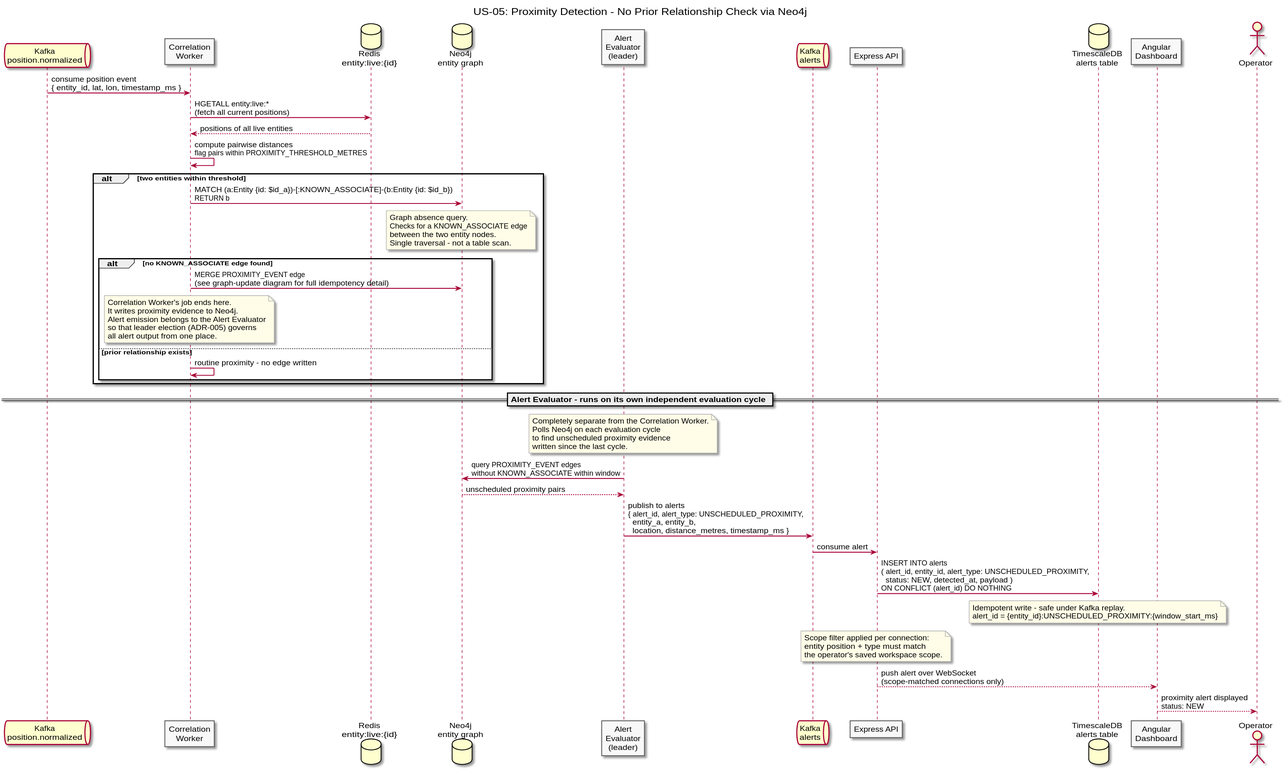
This is diagrams/docs/use-cases/US-05-unscheduled-proximity/proximity-detection.svg from Buffden/sentinel, a PlantUML export, as it was before one commit. Its diagram source:
```plantuml
@startuml proximity-detection
title US-05: Proximity Detection - No Prior Relationship Check via Neo4j

skinparam sequenceArrowThickness 1.5
skinparam participantBorderColor #555555
skinparam participantBackgroundColor #F8F8F8
skinparam noteBorderColor #AAAAAA
skinparam noteBackgroundColor #FFFDE7

queue "Kafka\nposition.normalized" as Kafka
participant "Correlation\nWorker" as Correlation
database "Redis\nentity:live:{id}" as Redis
database "Neo4j\nentity graph" as Neo4j
participant "Alert\nEvaluator\n(leader)" as Evaluator
queue "Kafka\nalerts" as Alerts
participant "Express API" as API
database "TimescaleDB\nalerts table" as TSDB
participant "Angular\nDashboard" as Dashboard
actor Operator

Kafka -> Correlation : consume position event\n{ entity_id, lat, lon, timestamp_ms }

Correlation -> Redis : HGETALL entity:live:*\n(fetch all current positions)
Redis --> Correlation : positions of all live entities

Correlation -> Correlation : compute pairwise distances\nflag pairs within PROXIMITY_THRESHOLD_METRES

alt two entities within threshold
  Correlation -> Neo4j : MATCH (a:Entity {id: $id_a})-[:KNOWN_ASSOCIATE]-(b:Entity {id: $id_b})\nRETURN b

  note over Neo4j
    Graph absence query.
    Checks for a KNOWN_ASSOCIATE edge
    between the two entity nodes.
    Single traversal - not a table scan.
  end note

  alt no KNOWN_ASSOCIATE edge found
    Correlation -> Neo4j : MERGE PROXIMITY_EVENT edge\n(see graph-update diagram for full idempotency detail)

    note over Correlation
      Correlation Worker's job ends here.
      It writes proximity evidence to Neo4j.
      Alert emission belongs to the Alert Evaluator
      so that leader election (ADR-005) governs
      all alert output from one place.
    end note
  else prior relationship exists
    Correlation -> Correlation : routine proximity - no edge written
  end
end

== Alert Evaluator - runs on its own independent evaluation cycle ==

note over Evaluator
  Completely separate from the Correlation Worker.
  Polls Neo4j on each evaluation cycle
  to find unscheduled proximity evidence
  written since the last cycle.
end note

Evaluator -> Neo4j : query PROXIMITY_EVENT edges\nwithout KNOWN_ASSOCIATE within window
Neo4j --> Evaluator : unscheduled proximity pairs
Evaluator -> Alerts : publish to alerts\n{ alert_id, alert_type: UNSCHEDULED_PROXIMITY,\n  entity_a, entity_b,\n  location, distance_metres, timestamp_ms }

Alerts -> API : consume alert
API -> TSDB : INSERT INTO alerts\n( alert_id, entity_id, alert_type: UNSCHEDULED_PROXIMITY,\n  status: NEW, detected_at, payload )\nON CONFLICT (alert_id) DO NOTHING

note over TSDB
  Idempotent write - safe under Kafka replay.
  alert_id = {entity_id}:UNSCHEDULED_PROXIMITY:{window_start_ms}
end note

note over API
  Scope filter applied per connection:
  entity position + type must match
  the operator's saved workspace scope.
end note

API --> Dashboard : push alert over WebSocket\n(scope-matched connections only)
Dashboard --> Operator : proximity alert displayed\nstatus: NEW

@enduml
```
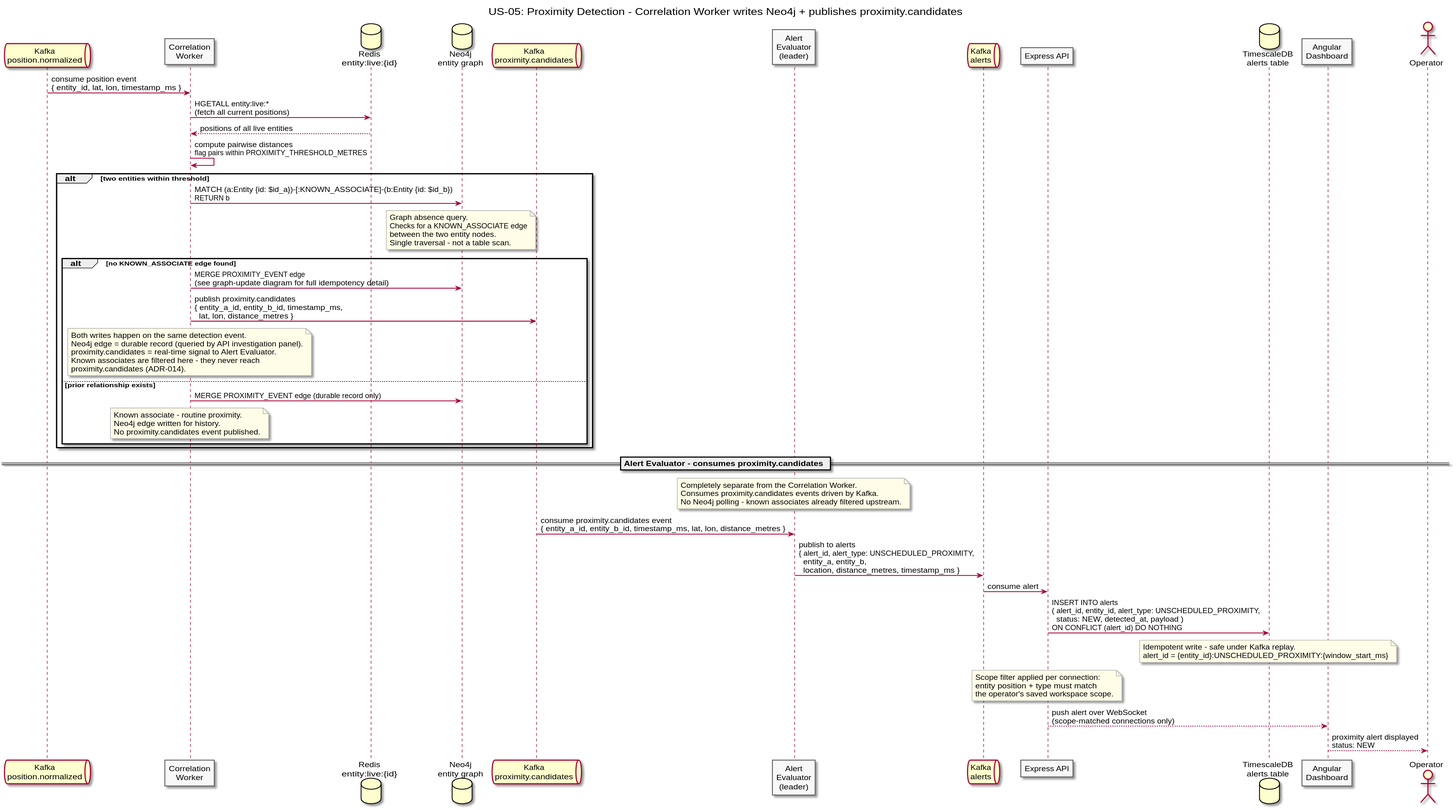
Above is the later version.

The edit, as a diff of the source:
```diff
@@ -1,5 +1,5 @@
 @startuml proximity-detection
-title US-05: Proximity Detection - No Prior Relationship Check via Neo4j
+title US-05: Proximity Detection - Correlation Worker writes Neo4j + publishes proximity.candidates
 
 skinparam sequenceArrowThickness 1.5
 skinparam participantBorderColor #555555
@@ -11,6 +11,7 @@
 participant "Correlation\nWorker" as Correlation
 database "Redis\nentity:live:{id}" as Redis
 database "Neo4j\nentity graph" as Neo4j
+queue "Kafka\nproximity.candidates" as ProxKafka
 participant "Alert\nEvaluator\n(leader)" as Evaluator
 queue "Kafka\nalerts" as Alerts
 participant "Express API" as API
@@ -38,29 +39,36 @@
   alt no KNOWN_ASSOCIATE edge found
     Correlation -> Neo4j : MERGE PROXIMITY_EVENT edge\n(see graph-update diagram for full idempotency detail)
 
+    Correlation -> ProxKafka : publish proximity.candidates\n{ entity_a_id, entity_b_id, timestamp_ms,\n  lat, lon, distance_metres }
+
     note over Correlation
-      Correlation Worker's job ends here.
-      It writes proximity evidence to Neo4j.
-      Alert emission belongs to the Alert Evaluator
-      so that leader election (ADR-005) governs
-      all alert output from one place.
+      Both writes happen on the same detection event.
+      Neo4j edge = durable record (queried by API investigation panel).
+      proximity.candidates = real-time signal to Alert Evaluator.
+      Known associates are filtered here - they never reach
+      proximity.candidates (ADR-014).
     end note
+
   else prior relationship exists
-    Correlation -> Correlation : routine proximity - no edge written
+    Correlation -> Neo4j : MERGE PROXIMITY_EVENT edge (durable record only)
+    note over Correlation
+      Known associate - routine proximity.
+      Neo4j edge written for history.
+      No proximity.candidates event published.
+    end note
   end
 end
 
-== Alert Evaluator - runs on its own independent evaluation cycle ==
+== Alert Evaluator - consumes proximity.candidates ==
 
 note over Evaluator
   Completely separate from the Correlation Worker.
-  Polls Neo4j on each evaluation cycle
-  to find unscheduled proximity evidence
-  written since the last cycle.
+  Consumes proximity.candidates events driven by Kafka.
+  No Neo4j polling - known associates already filtered upstream.
 end note
 
-Evaluator -> Neo4j : query PROXIMITY_EVENT edges\nwithout KNOWN_ASSOCIATE within window
-Neo4j --> Evaluator : unscheduled proximity pairs
+ProxKafka -> Evaluator : consume proximity.candidates event\n{ entity_a_id, entity_b_id, timestamp_ms, lat, lon, distance_metres }
+
 Evaluator -> Alerts : publish to alerts\n{ alert_id, alert_type: UNSCHEDULED_PROXIMITY,\n  entity_a, entity_b,\n  location, distance_metres, timestamp_ms }
 
 Alerts -> API : consume alert
```
